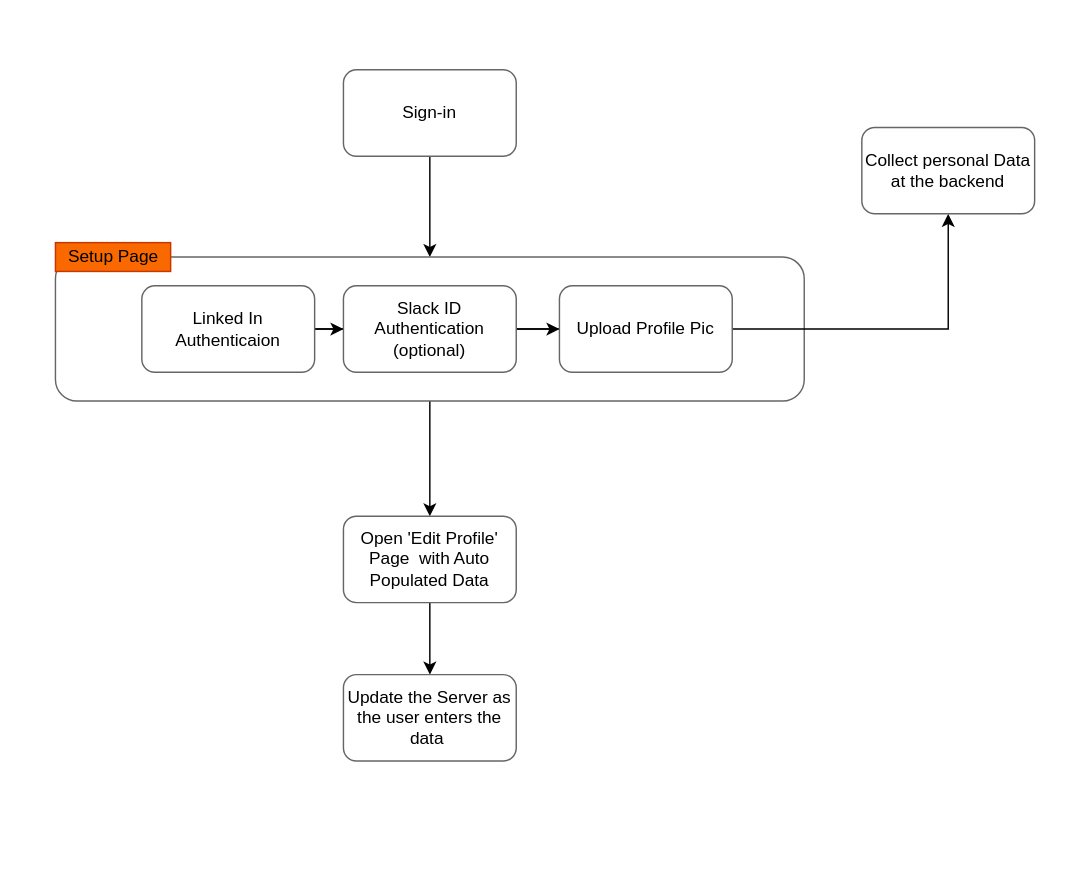
This is page "Page-2" (2 of 2) of sample.drawio from Arunideas/draw.io, a draw.io file, before an edit. Source tidied: cells renumbered, new cells numbered last; positions are measured from the earlier drawing's top-left corner, leaving out a move shared by most shapes. Both pictures are drawn from the tidied source at 144%, with x=0, y=0 at pixel (55, 69).
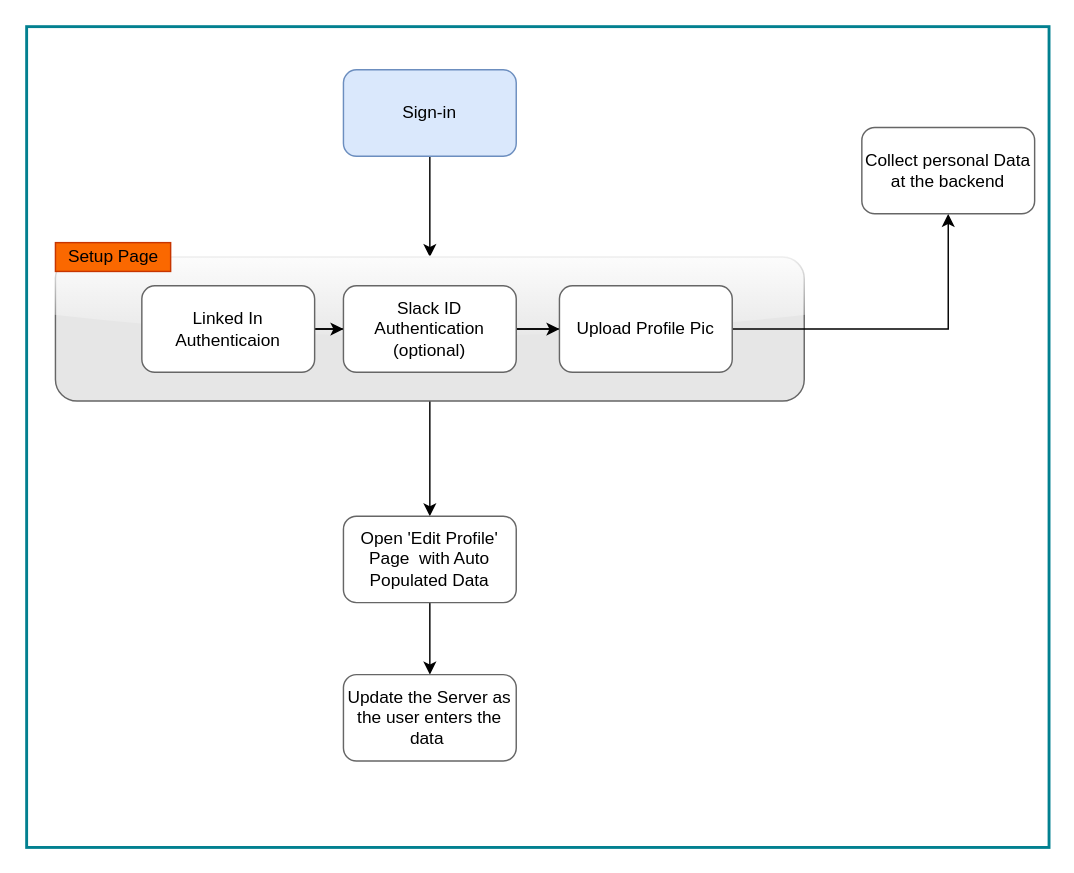
Above is the later version.

Commit message:
Added borders and colors

The edit, as a diff of the source:
```diff
@@
 <mxGraphModel>
   <root>
     <mxCell id="0" />
     <mxCell id="1" parent="0" />
+    <mxCell id="17" style="rounded=0;whiteSpace=wrap;html=1;sketch=0;fontColor=#E4FDE1;strokeColor=#028090;fillColor=none;strokeWidth=2;" parent="1" vertex="1">
+      <mxGeometry x="-20" y="-30" width="710" height="570" as="geometry" />
+    </mxCell>
     <mxCell id="2" style="edgeStyle=orthogonalEdgeStyle;rounded=0;jettySize=auto;html=1;fontSize=12;" parent="1" edge="1" source="3" target="5">
       <mxGeometry relative="1" as="geometry" />
     </mxCell>
-    <mxCell id="3" value="Sign-in" style="whiteSpace=wrap;html=1;rounded=1;fontSize=12;strokeColor=#666666;strokeWidth=1;" parent="1" vertex="1">
+    <mxCell id="3" value="Sign-in" style="whiteSpace=wrap;html=1;rounded=1;fontSize=12;strokeColor=#6c8ebf;strokeWidth=1;fillColor=#dae8fc;" parent="1" vertex="1">
       <mxGeometry x="200" width="120" height="60" as="geometry" />
     </mxCell>
     <mxCell id="4" style="edgeStyle=orthogonalEdgeStyle;rounded=0;jettySize=auto;html=1;entryX=0.5;entryY=0;entryDx=0;entryDy=0;fontSize=12;" parent="1" edge="1" source="5" target="12">
       <mxGeometry relative="1" as="geometry" />
     </mxCell>
-    <mxCell id="5" style="whiteSpace=wrap;html=1;strokeColor=#666666;rounded=1;strokeWidth=1;" parent="1" vertex="1">
+    <mxCell id="5" style="whiteSpace=wrap;html=1;strokeColor=#666666;rounded=1;strokeWidth=1;glass=1;fillColor=#E6E6E6;" parent="1" vertex="1">
       <mxGeometry y="130" width="520" height="100" as="geometry" />
     </mxCell>
     <mxCell id="6" style="edgeStyle=orthogonalEdgeStyle;rounded=0;jettySize=auto;html=1;fontSize=12;" parent="1" edge="1" source="8" target="10">
       <mxGeometry relative="1" as="geometry" />
     </mxCell>
     <mxCell id="7" style="edgeStyle=orthogonalEdgeStyle;rounded=0;jettySize=auto;html=1;fontSize=12;" parent="1" edge="1" source="8" target="14">
       <mxGeometry relative="1" as="geometry" />
     </mxCell>
     <mxCell id="8" value="Linked In Authenticaion" style="whiteSpace=wrap;html=1;strokeColor=#666666;rounded=1;strokeWidth=1;" parent="1" vertex="1">
       <mxGeometry x="60" y="150" width="120" height="60" as="geometry" />
     </mxCell>
     <mxCell id="9" style="edgeStyle=orthogonalEdgeStyle;rounded=0;jettySize=auto;html=1;fontSize=12;" parent="1" edge="1" source="10" target="13">
       <mxGeometry relative="1" as="geometry" />
     </mxCell>
     <mxCell id="10" value="Slack ID Authentication (optional)" style="whiteSpace=wrap;html=1;strokeColor=#666666;rounded=1;strokeWidth=1;" parent="1" vertex="1">
       <mxGeometry x="200" y="150" width="120" height="60" as="geometry" />
     </mxCell>
     <mxCell id="11" style="edgeStyle=orthogonalEdgeStyle;rounded=0;jettySize=auto;html=1;fontSize=12;" parent="1" edge="1" source="12" target="15">
       <mxGeometry relative="1" as="geometry" />
     </mxCell>
     <mxCell id="12" value="Open 'Edit Profile' Page&amp;nbsp; with Auto Populated Data" style="whiteSpace=wrap;html=1;strokeColor=#666666;rounded=1;strokeWidth=1;" parent="1" vertex="1">
       <mxGeometry x="200" y="310" width="120" height="60" as="geometry" />
     </mxCell>
     <mxCell id="13" value="Upload Profile Pic" style="whiteSpace=wrap;html=1;strokeColor=#666666;rounded=1;strokeWidth=1;" parent="1" vertex="1">
       <mxGeometry x="350" y="150" width="120" height="60" as="geometry" />
     </mxCell>
     <mxCell id="14" value="Collect personal Data at the backend" style="whiteSpace=wrap;html=1;strokeColor=#666666;rounded=1;strokeWidth=1;" parent="1" vertex="1">
       <mxGeometry x="560" y="40" width="120" height="60" as="geometry" />
     </mxCell>
     <mxCell id="15" value="Update the Server as the user enters the data&amp;nbsp;" style="whiteSpace=wrap;html=1;strokeColor=#666666;rounded=1;strokeWidth=1;" parent="1" vertex="1">
       <mxGeometry x="200" y="420" width="120" height="60" as="geometry" />
     </mxCell>
     <mxCell id="16" value="Setup Page" style="text;html=1;align=center;verticalAlign=middle;strokeColor=#C73500;fillColor=#fa6800;fontSize=12;fontColor=#000000;" parent="1" vertex="1">
       <mxGeometry y="120" width="80" height="20" as="geometry" />
     </mxCell>
   </root>
 </mxGraphModel>
```
